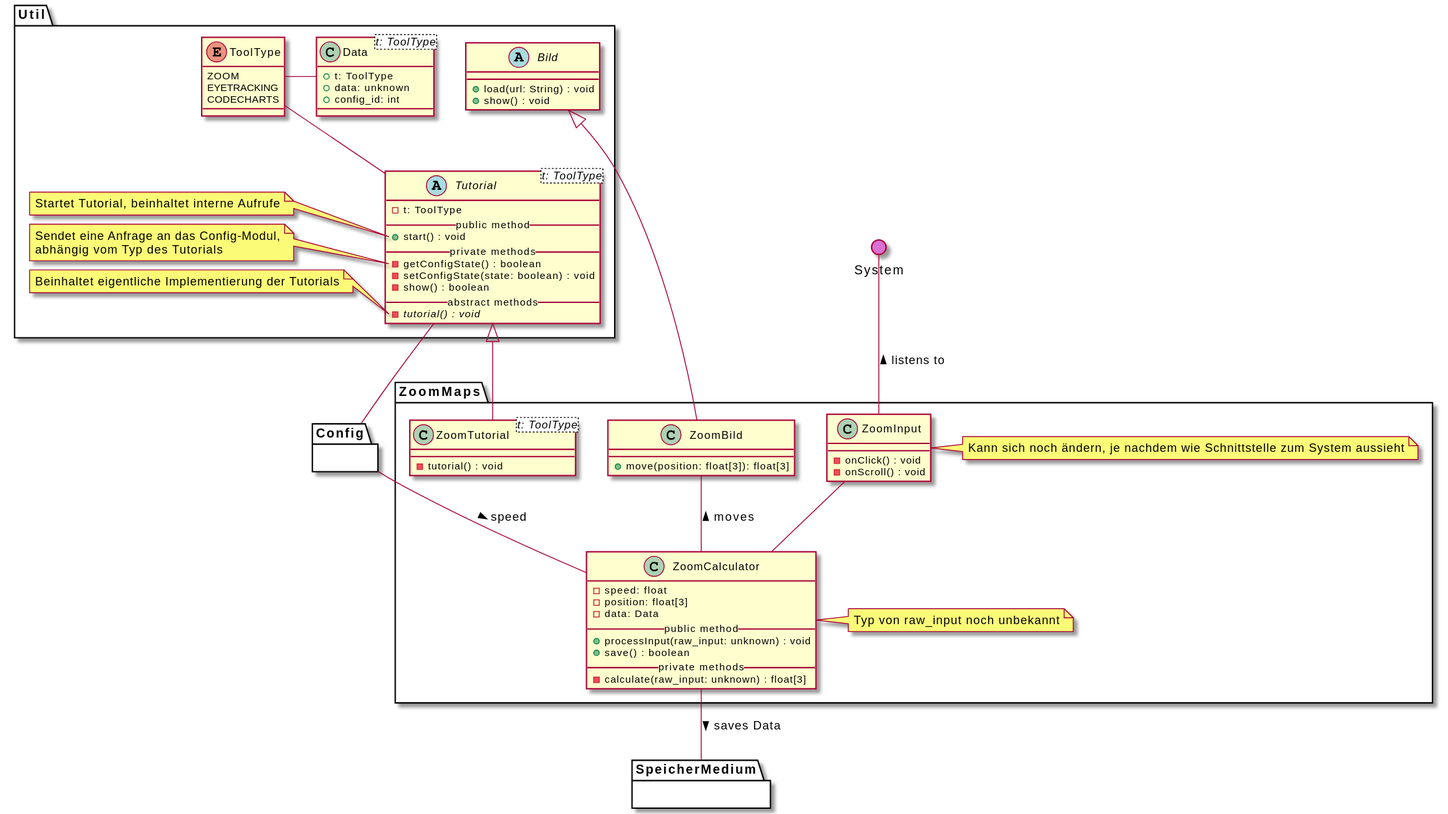
Earlier version of the PlantUML export meilenstein_03/uml-zoommaps/kommentiert/zoommaps-notes.svg (weichware10/meilensteine).
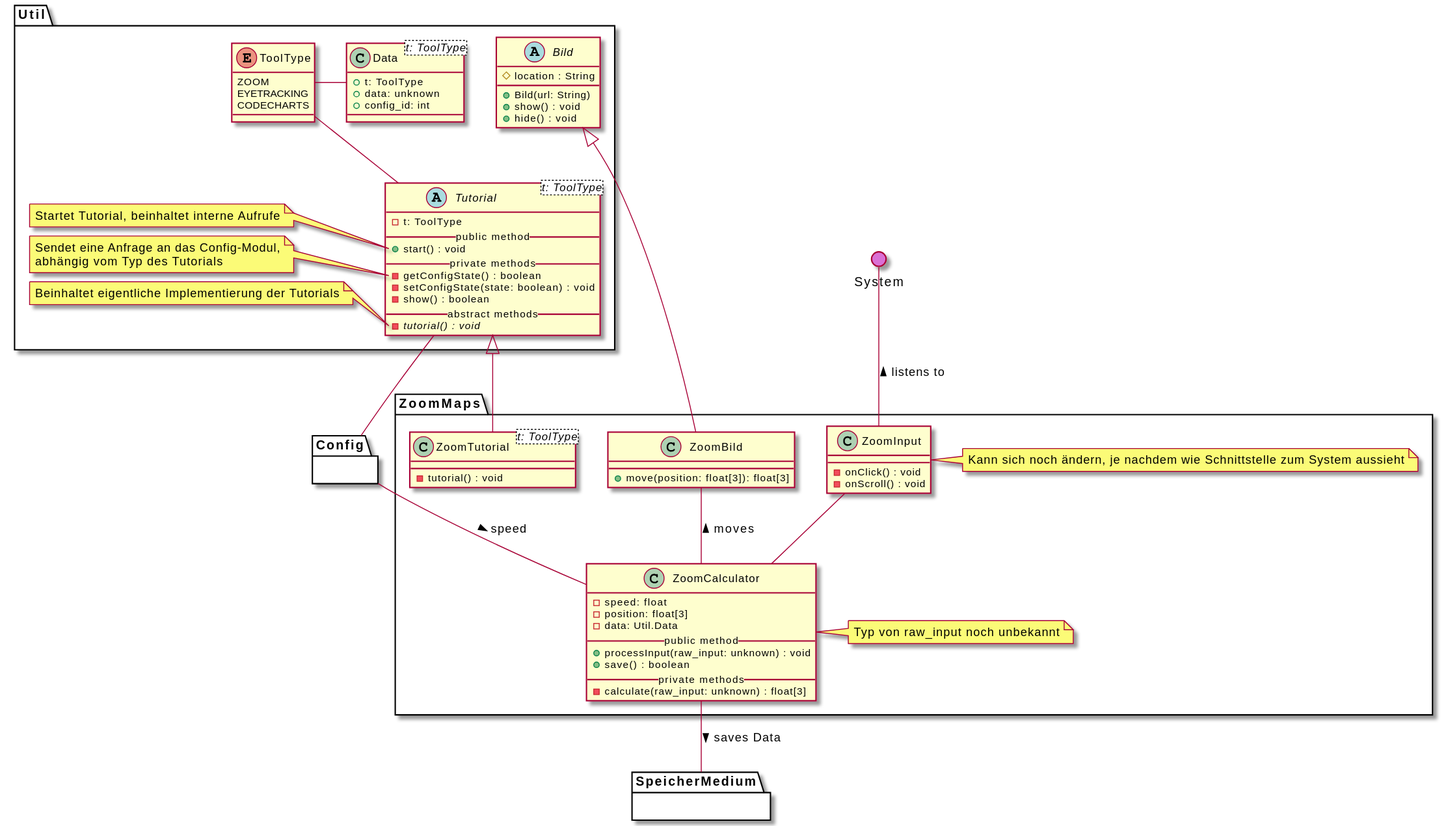
Later version of the same file.

Commit message:
Render PlantUML SVGs

Change to the diagram source:
```diff
@@ -39,8 +39,10 @@
 
 
     abstract Bild {
-      + load(url: String) : void
-      + show() : void
+        # location : String
+        + Bild(url: String)
+        + show() : void
+        + hide() : void
     }
 
     class Data<t: ToolType> {
@@ -70,7 +72,7 @@
     class ZoomCalculator {
         - speed: float
         - position: float[3]
-        - data: Data
+        - data: Util.Data
         __public method__
         + processInput(raw_input: unknown) : void
         + save() : boolean
```
